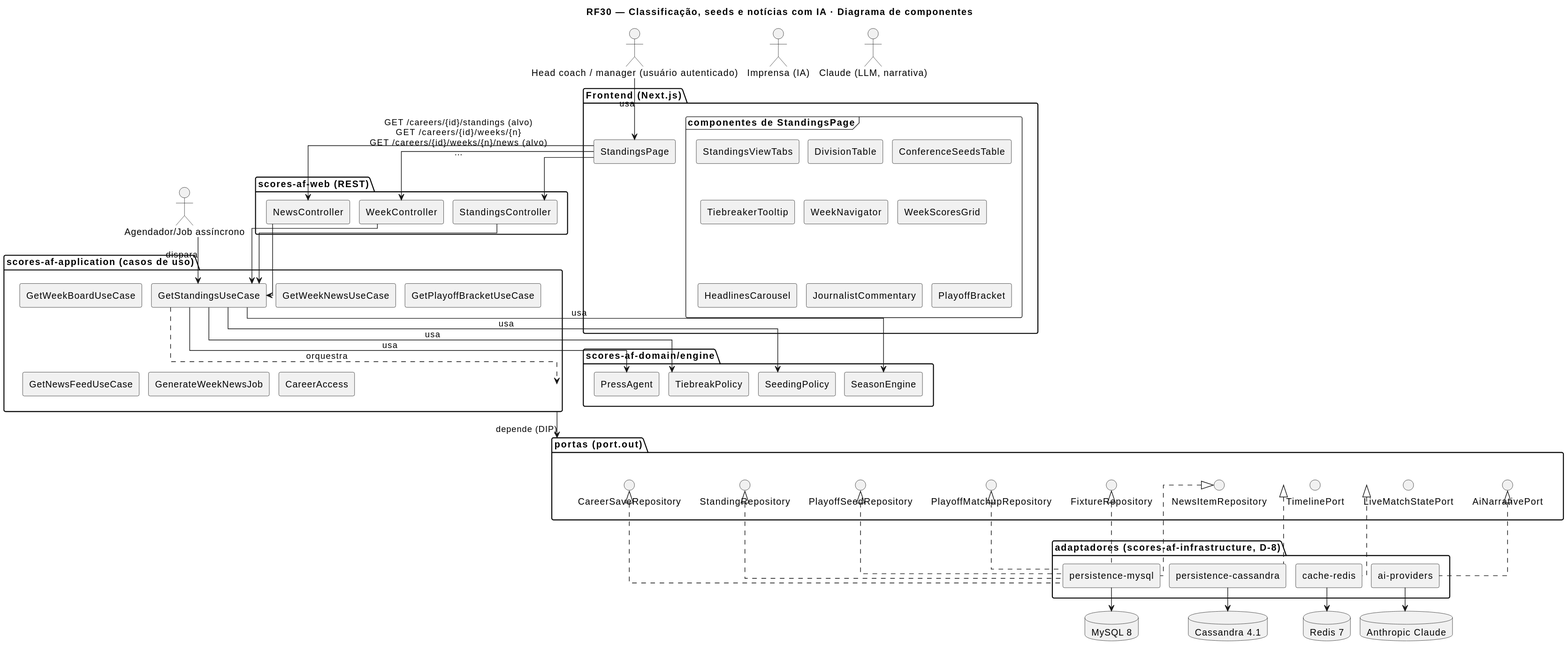
This is docs/RF30/RF30-cmp.svg from MatheusHaliski/Scores-American-Football, a PlantUML export, as it was before one commit.
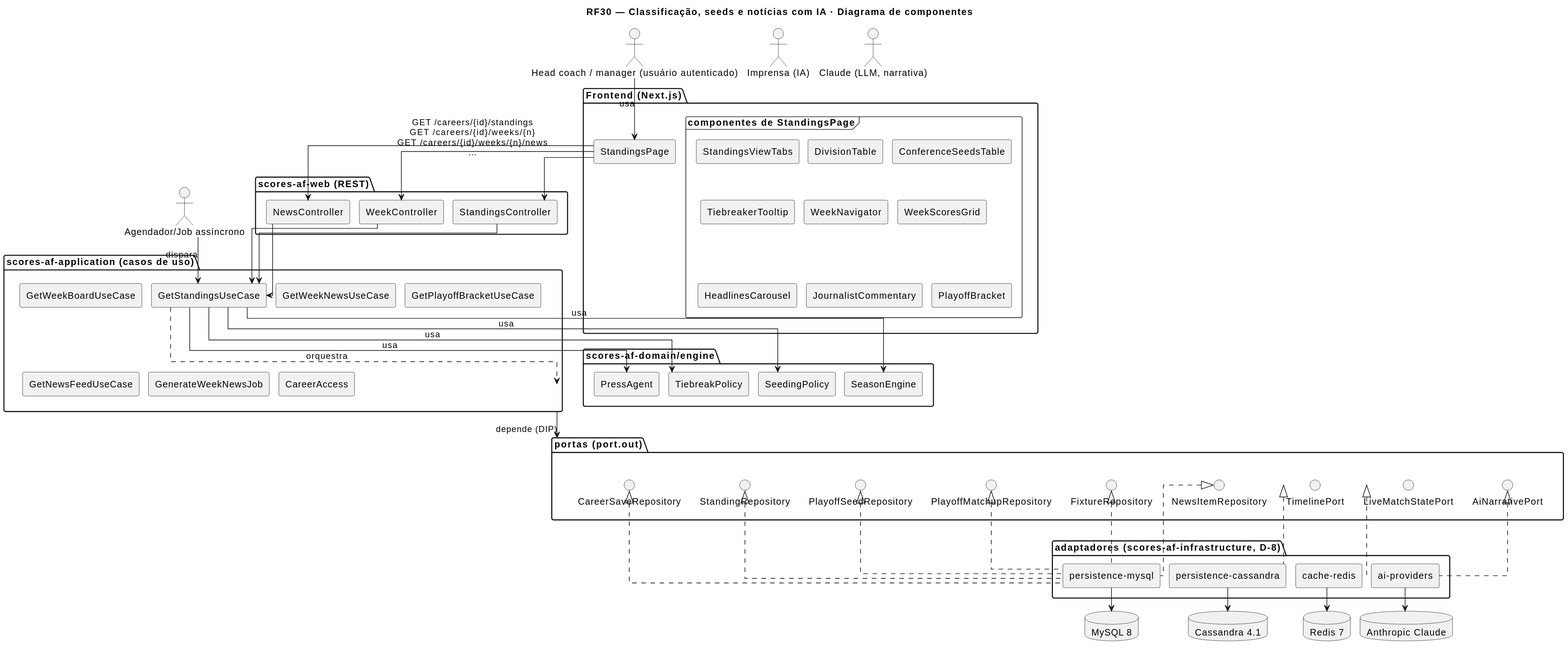
After the change.

What changed in the source:
```diff
@@ -65,7 +65,7 @@
 database "Anthropic Claude" as s4
 c1 --> c5 : usa
 c4 --> c18 : dispara
-c5 --> c15 : GET /careers/{id}/standings (alvo)\nGET /careers/{id}/weeks/{n}\nGET /careers/{id}/weeks/{n}/news (alvo)\n…
+c5 --> c15 : GET /careers/{id}/standings\nGET /careers/{id}/weeks/{n}\nGET /careers/{id}/weeks/{n}/news\n…
 c5 --> c16
 c5 --> c17
 c15 --> c18
```
